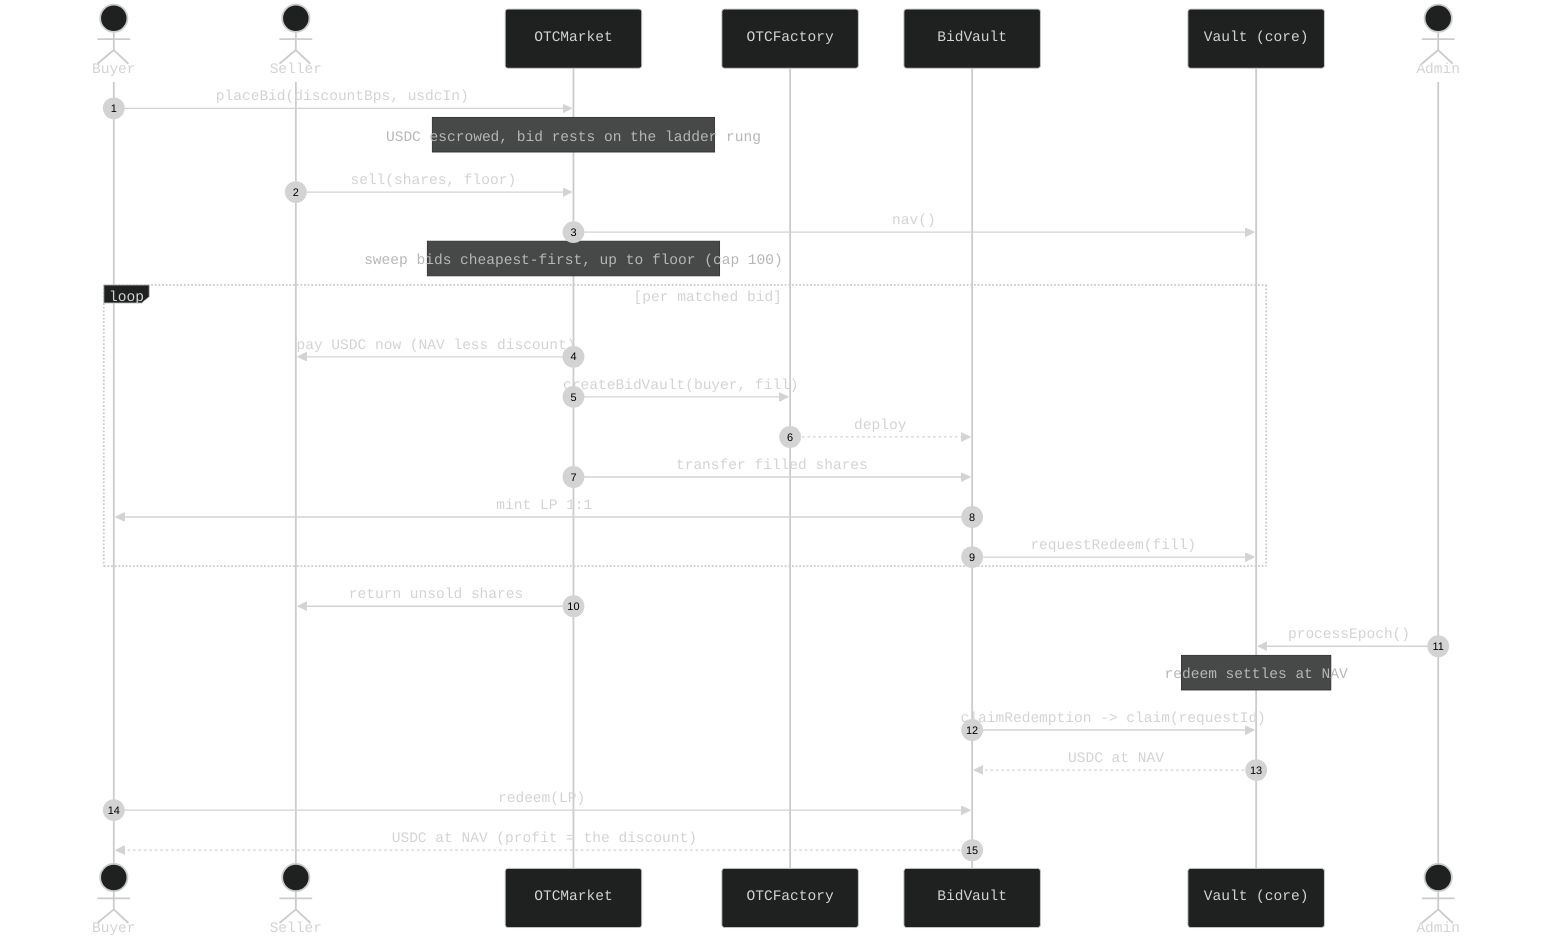
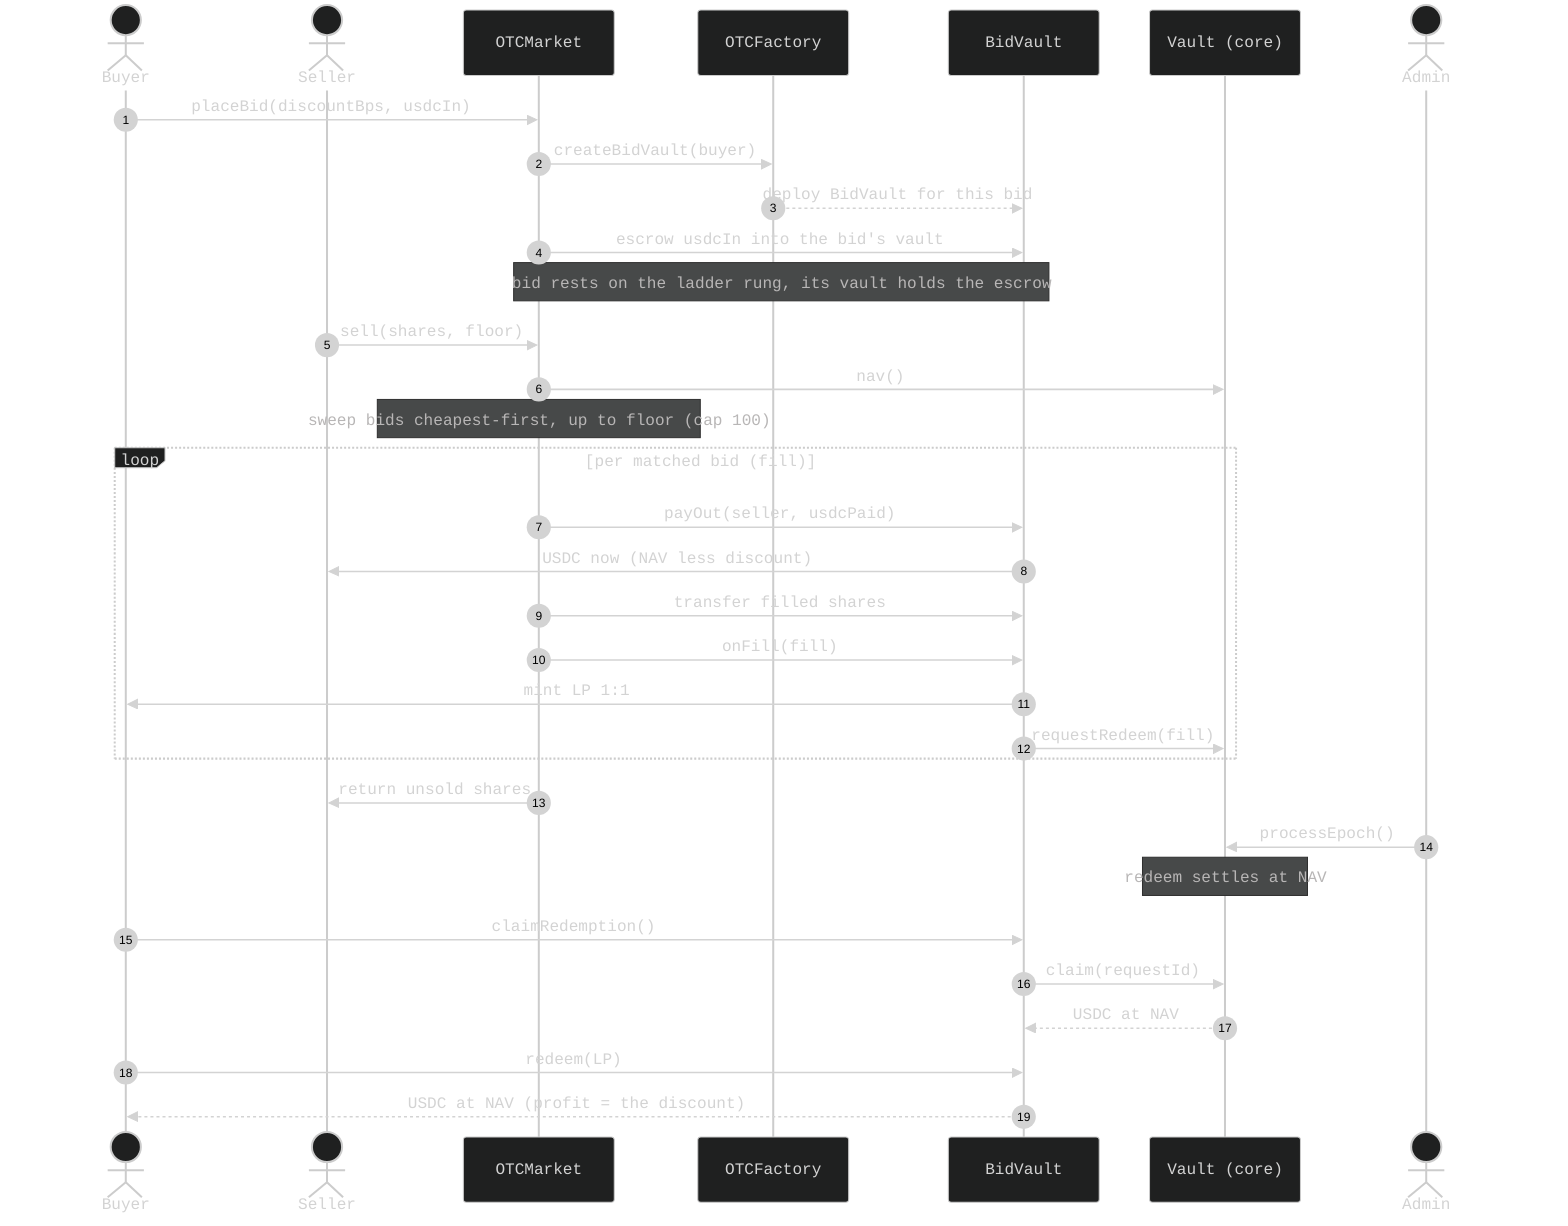
%%{init: {'theme':'dark', 'themeVariables': {'fontFamily':'monospace','fontSize':'15px'}}}%%
sequenceDiagram
    autonumber
    actor B as Buyer
    actor S as Seller
    participant M as OTCMarket
    participant F as OTCFactory
    participant V as BidVault
    participant CV as Vault (core)
    actor A as Admin

    B->>M: placeBid(discountBps, usdcIn)
-     Note over M: USDC escrowed, bid rests on the ladder rung
+     M->>F: createBidVault(buyer)
+     F-->>V: deploy BidVault for this bid
+     M->>V: escrow usdcIn into the bid's vault
+     Note over M,V: bid rests on the ladder rung, its vault holds the escrow

    S->>M: sell(shares, floor)
    M->>CV: nav()
    Note over M: sweep bids cheapest-first, up to floor (cap 100)
-     loop per matched bid
-         M->>S: pay USDC now (NAV less discount)
-         M->>F: createBidVault(buyer, fill)
-         F-->>V: deploy
+     loop per matched bid (fill)
+         M->>V: payOut(seller, usdcPaid)
+         V->>S: USDC now (NAV less discount)
        M->>V: transfer filled shares
+         M->>V: onFill(fill)
        V->>B: mint LP 1:1
        V->>CV: requestRedeem(fill)
    end
    M->>S: return unsold shares

    A->>CV: processEpoch()
    Note over CV: redeem settles at NAV

-     V->>CV: claimRedemption -> claim(requestId)
+     B->>V: claimRedemption()
+     V->>CV: claim(requestId)
    CV-->>V: USDC at NAV
    B->>V: redeem(LP)
    V-->>B: USDC at NAV (profit = the discount)
